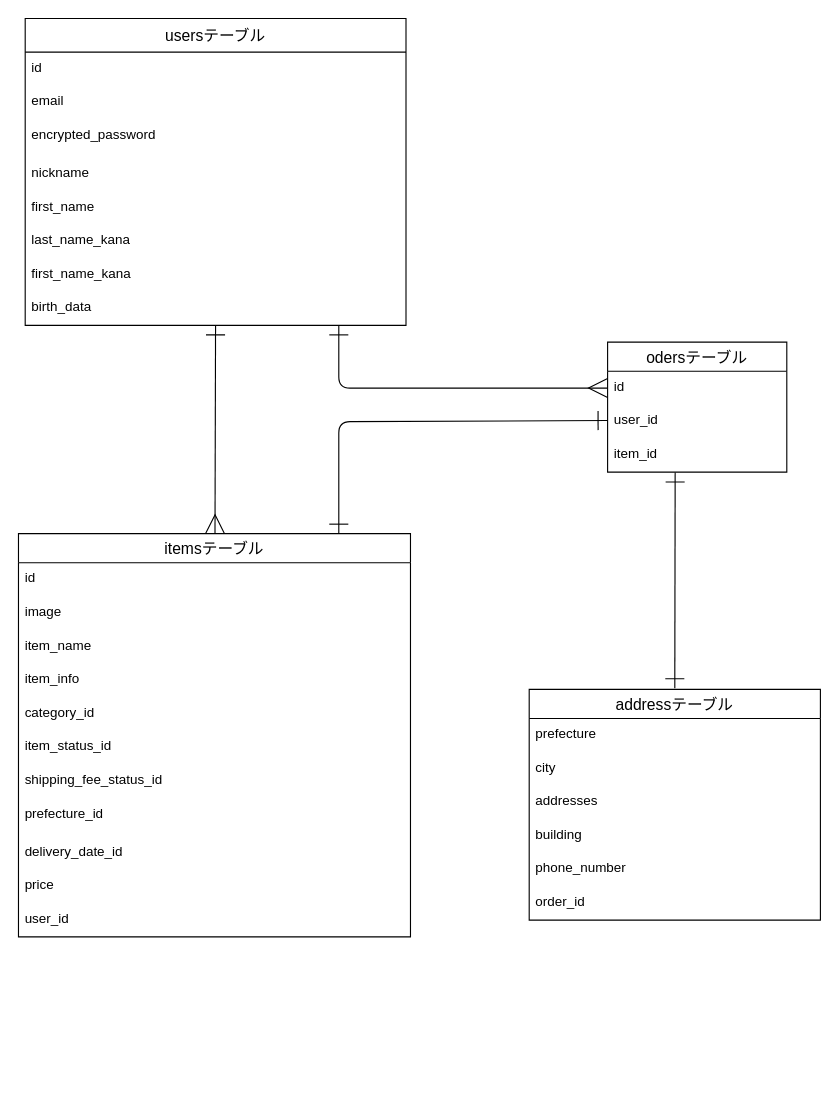
Before: furima.dio in toyotsushima/FURIMA, a draw.io diagram. Source tidied: cells renumbered, new cells numbered last; positions are measured from the earlier drawing's top-left corner, leaving out a move shared by most shapes. Both pictures are drawn from the tidied source at 112%, with x=0, y=0 at pixel (18, 18).
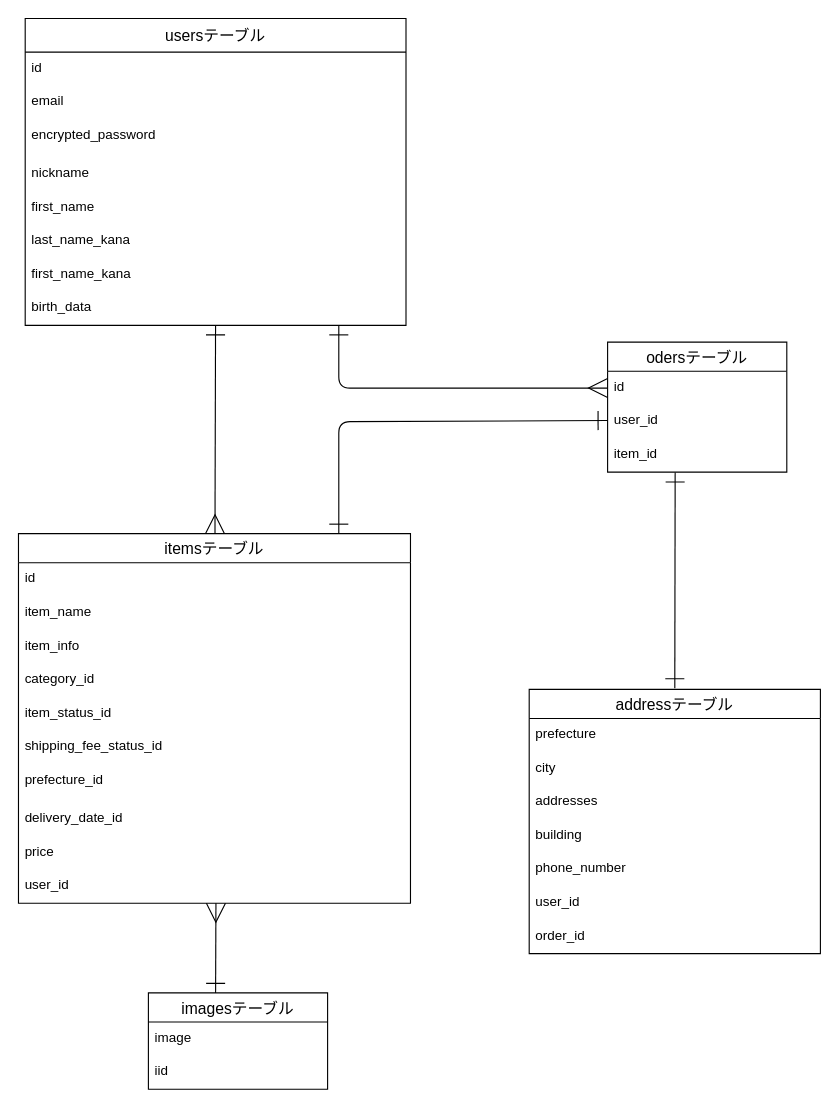
The same page after the edit.

What changed in the source:
```diff
@@
     <mxCell id="12" value="itemsテーブル" style="swimlane;fontStyle=0;horizontal=1;startSize=26;align=center;fontSize=14;" parent="1" vertex="1">
-      <mxGeometry y="460" width="350" height="360" as="geometry" />
+      <mxGeometry y="460" width="350" height="330" as="geometry" />
     </mxCell>
@@
-    <mxCell id="14" value="image" style="text;strokeColor=none;fillColor=none;spacingLeft=4;spacingRight=4;overflow=hidden;fontSize=12;" parent="12" vertex="1">
-      <mxGeometry y="56" width="350" height="30" as="geometry" />
-    </mxCell>
     <mxCell id="15" value="item_name " style="text;strokeColor=none;fillColor=none;spacingLeft=4;spacingRight=4;overflow=hidden;fontSize=12;" parent="12" vertex="1">
-      <mxGeometry y="86" width="350" height="30" as="geometry" />
+      <mxGeometry y="56" width="350" height="30" as="geometry" />
     </mxCell>
     <mxCell id="16" value="item_info" style="text;strokeColor=none;fillColor=none;spacingLeft=4;spacingRight=4;overflow=hidden;fontSize=12;" parent="12" vertex="1">
-      <mxGeometry y="116" width="350" height="30" as="geometry" />
+      <mxGeometry y="86" width="350" height="30" as="geometry" />
     </mxCell>
     <mxCell id="17" value="category_id" style="text;strokeColor=none;fillColor=none;spacingLeft=4;spacingRight=4;overflow=hidden;fontSize=12;" parent="12" vertex="1">
-      <mxGeometry y="146" width="350" height="30" as="geometry" />
+      <mxGeometry y="116" width="350" height="30" as="geometry" />
     </mxCell>
     <mxCell id="18" value="item_status_id" style="text;strokeColor=none;fillColor=none;spacingLeft=4;spacingRight=4;overflow=hidden;fontSize=12;" parent="12" vertex="1">
-      <mxGeometry y="176" width="350" height="30" as="geometry" />
+      <mxGeometry y="146" width="350" height="30" as="geometry" />
     </mxCell>
     <mxCell id="19" value=" shipping_fee_status_id" style="text;strokeColor=none;fillColor=none;spacingLeft=4;spacingRight=4;overflow=hidden;fontSize=12;" parent="12" vertex="1">
-      <mxGeometry y="206" width="350" height="30" as="geometry" />
+      <mxGeometry y="176" width="350" height="30" as="geometry" />
     </mxCell>
     <mxCell id="20" value="prefecture_id" style="text;strokeColor=none;fillColor=none;spacingLeft=4;spacingRight=4;overflow=hidden;fontSize=12;" parent="12" vertex="1">
-      <mxGeometry y="236" width="350" height="34" as="geometry" />
+      <mxGeometry y="206" width="350" height="34" as="geometry" />
     </mxCell>
     <mxCell id="21" value="delivery_date_id" style="text;strokeColor=none;fillColor=none;spacingLeft=4;spacingRight=4;overflow=hidden;fontSize=12;" parent="12" vertex="1">
-      <mxGeometry y="270" width="350" height="30" as="geometry" />
+      <mxGeometry y="240" width="350" height="30" as="geometry" />
     </mxCell>
     <mxCell id="22" value="price" style="text;strokeColor=none;fillColor=none;spacingLeft=4;spacingRight=4;overflow=hidden;fontSize=12;" parent="12" vertex="1">
-      <mxGeometry y="300" width="350" height="30" as="geometry" />
+      <mxGeometry y="270" width="350" height="30" as="geometry" />
     </mxCell>
     <mxCell id="23" value="user_id" style="text;strokeColor=none;fillColor=none;spacingLeft=4;spacingRight=4;overflow=hidden;fontSize=12;" parent="12" vertex="1">
-      <mxGeometry y="330" width="350" height="30" as="geometry" />
+      <mxGeometry y="300" width="350" height="30" as="geometry" />
     </mxCell>
@@
     <mxCell id="25" value="addressテーブル" style="swimlane;fontStyle=0;horizontal=1;startSize=26;align=center;fontSize=14;" parent="1" vertex="1">
-      <mxGeometry x="456" y="599" width="260" height="206" as="geometry" />
+      <mxGeometry x="456" y="599" width="260" height="236" as="geometry" />
     </mxCell>
@@
+    <mxCell id="38" value="user_id" style="text;strokeColor=none;fillColor=none;spacingLeft=4;spacingRight=4;overflow=hidden;fontSize=12;" parent="25" vertex="1">
+      <mxGeometry y="176" width="260" height="30" as="geometry" />
+    </mxCell>
     <mxCell id="31" value="order_id" style="text;strokeColor=none;fillColor=none;spacingLeft=4;spacingRight=4;overflow=hidden;fontSize=12;" parent="25" vertex="1">
-      <mxGeometry y="176" width="260" height="30" as="geometry" />
+      <mxGeometry y="206" width="260" height="30" as="geometry" />
     </mxCell>
@@
+    <mxCell id="39" value="imagesテーブル" style="swimlane;fontStyle=0;horizontal=1;startSize=26;align=center;fontSize=14;" parent="1" vertex="1">
+      <mxGeometry x="116" y="870" width="160" height="86" as="geometry" />
+    </mxCell>
+    <mxCell id="40" style="edgeStyle=none;html=1;endArrow=ERmany;endFill=0;targetPerimeterSpacing=0;startArrow=ERone;startFill=0;endSize=15;strokeWidth=1;startSize=15;entryX=0.377;entryY=1.011;entryDx=0;entryDy=0;entryPerimeter=0;" parent="39" edge="1">
+      <mxGeometry relative="1" as="geometry">
+        <mxPoint x="60" as="sourcePoint" />
+        <mxPoint x="60.3" y="-80" as="targetPoint" />
+      </mxGeometry>
+    </mxCell>
+    <mxCell id="14" value="image   " style="text;strokeColor=none;fillColor=none;spacingLeft=4;spacingRight=4;overflow=hidden;fontSize=12;" parent="39" vertex="1">
+      <mxGeometry y="26" width="160" height="30" as="geometry" />
+    </mxCell>
+    <mxCell id="41" value="iid" style="text;strokeColor=none;fillColor=none;spacingLeft=4;spacingRight=4;overflow=hidden;fontSize=12;" parent="39" vertex="1">
+      <mxGeometry y="56" width="160" height="30" as="geometry" />
+    </mxCell>
```
